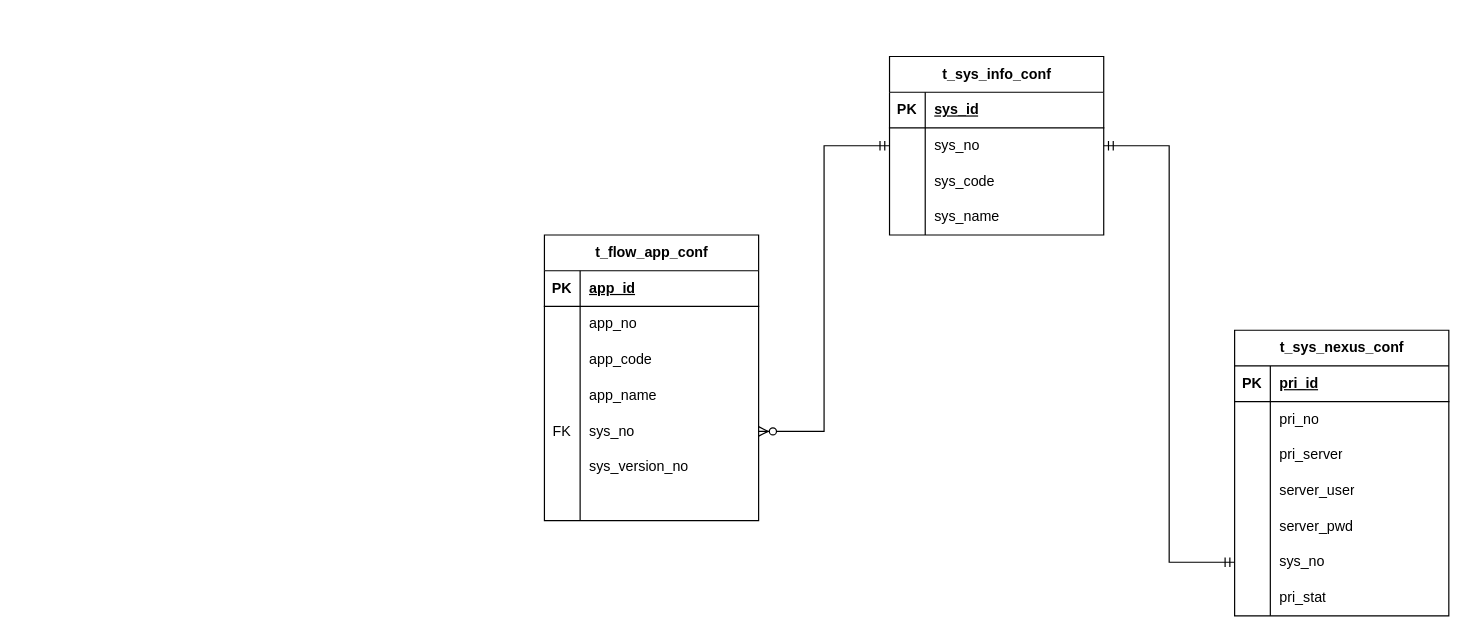
Earlier version of the draw.io diagram 未命名绘图.drawio (deliangc/hellogit). Source tidied: cells renumbered, new cells numbered last; positions are measured from the earlier drawing's top-left corner, leaving out a move shared by most shapes. Both pictures are drawn from the tidied source at 119%, with x=0, y=0 at pixel (544, 56).
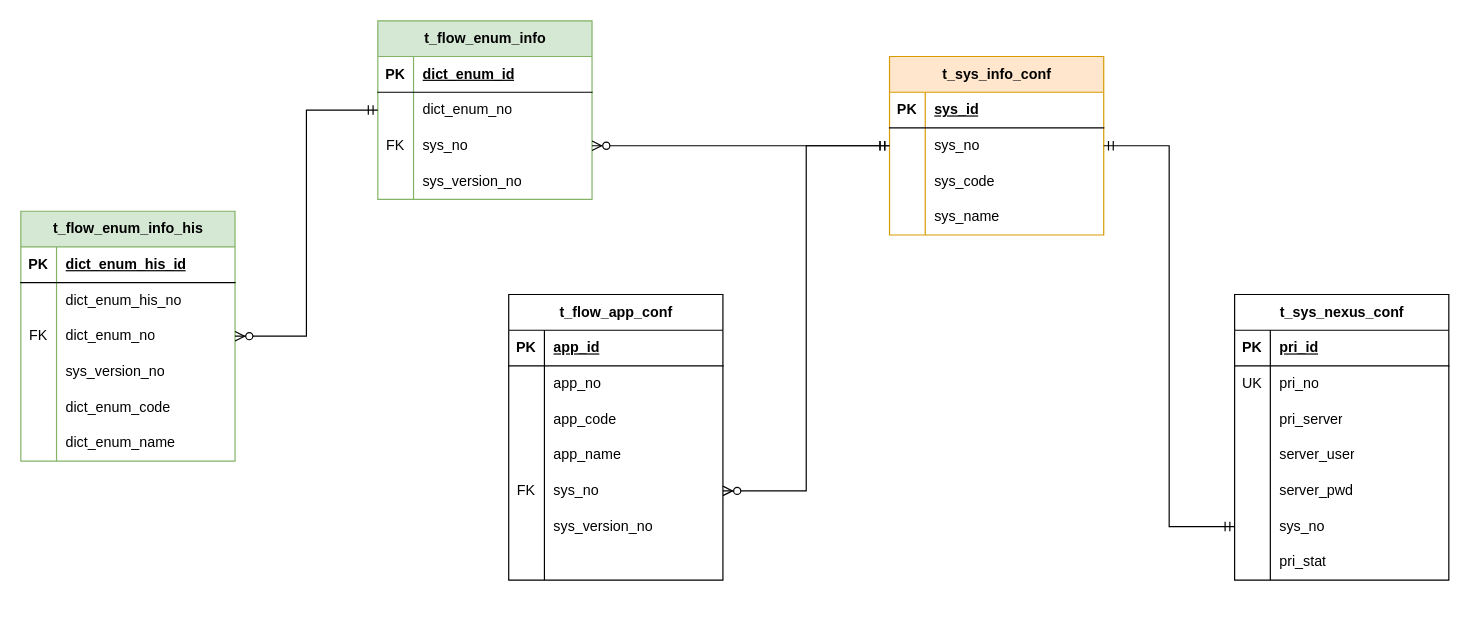
The same diagram, later.

Commit message (it also covers changes not shown here):
更新未命名绘图.drawio

Unchanged cells that the change refers to:
```xml
<mxCell id="28" style="shape=tableRow;horizontal=0;startSize=0;swimlaneHead=0;swimlaneBody=0;fillColor=none;points=[[0,0.5],[1,0.5]];portConstraint=eastwest;top=0;left=0;right=0;bottom=0;" parent="24" vertex="1">
  <mxGeometry y="60" width="180" height="30" as="geometry" />
</mxCell>
<mxCell id="42" style="shape=tableRow;horizontal=0;startSize=0;swimlaneHead=0;swimlaneBody=0;fillColor=none;top=0;left=0;right=0;bottom=0;" parent="38" vertex="1">
  <mxGeometry y="60" width="180" height="30" as="geometry" />
</mxCell>
```

What changed in the source:
```diff
@@
     <mxCell id="2" value="t_flow_app_conf" style="shape=table;startSize=30;childLayout=tableLayout;rowLines=0;fontStyle=1;align=center;html=1;" parent="1" vertex="1">
-      <mxGeometry y="150" width="180" height="240" as="geometry" />
+      <mxGeometry x="-30" y="200" width="180" height="240" as="geometry" />
     </mxCell>
@@
-    <mxCell id="24" value="t_sys_info_conf" style="shape=table;startSize=30;childLayout=tableLayout;rowLines=0;fontStyle=1;align=center;html=1;" parent="1" vertex="1">
+    <mxCell id="24" value="t_sys_info_conf" style="shape=table;startSize=30;childLayout=tableLayout;rowLines=0;fontStyle=1;align=center;html=1;fillColor=#ffe6cc;strokeColor=#d79b00;" parent="1" vertex="1">
       <mxGeometry x="290" width="180" height="150" as="geometry" />
     </mxCell>
@@
     <mxCell id="38" value="t_sys_nexus_conf" style="shape=table;startSize=30;childLayout=tableLayout;rowLines=0;fontStyle=1;align=center;html=1;" parent="1" vertex="1">
-      <mxGeometry x="580" y="230" width="180" height="240" as="geometry" />
+      <mxGeometry x="580" y="200" width="180" height="240" as="geometry" />
     </mxCell>
@@
-    <mxCell id="43" style="shape=partialRectangle;fillColor=none;top=0;left=0;bottom=0;right=0;overflow=hidden;whiteSpace=wrap;html=1;" parent="42" vertex="1">
+    <mxCell id="43" value="UK" style="shape=partialRectangle;fillColor=none;top=0;left=0;bottom=0;right=0;overflow=hidden;whiteSpace=wrap;html=1;" parent="42" vertex="1">
       <mxGeometry width="30" height="30" as="geometry" />
     </mxCell>
@@
+    <mxCell id="61" value="t_flow_enum_info" style="shape=table;startSize=30;childLayout=tableLayout;rowLines=0;fontStyle=1;align=center;html=1;fillColor=#d5e8d4;strokeColor=#82b366;" parent="1" vertex="1">
+      <mxGeometry x="-140" y="-30" width="180" height="150" as="geometry" />
+    </mxCell>
+    <mxCell id="62" style="shape=tableRow;horizontal=0;startSize=0;swimlaneHead=0;swimlaneBody=0;fillColor=none;top=0;left=0;right=0;bottom=1;" parent="61" vertex="1">
+      <mxGeometry y="30" width="180" height="30" as="geometry" />
+    </mxCell>
+    <mxCell id="63" value="PK" style="shape=partialRectangle;fillColor=none;top=0;left=0;bottom=0;right=0;fontStyle=1;overflow=hidden;whiteSpace=wrap;html=1;" parent="62" vertex="1">
+      <mxGeometry width="30" height="30" as="geometry" />
+    </mxCell>
+    <mxCell id="64" value="dict_enum_id" style="shape=partialRectangle;fillColor=none;top=0;left=0;bottom=0;right=0;align=left;spacingLeft=6;fontStyle=5;overflow=hidden;whiteSpace=wrap;html=1;" parent="62" vertex="1">
+      <mxGeometry x="30" width="150" height="30" as="geometry" />
+    </mxCell>
+    <mxCell id="65" style="shape=tableRow;horizontal=0;startSize=0;swimlaneHead=0;swimlaneBody=0;fillColor=none;points=[[0,0.5],[1,0.5]];portConstraint=eastwest;top=0;left=0;right=0;bottom=0;" parent="61" vertex="1">
+      <mxGeometry y="60" width="180" height="30" as="geometry" />
+    </mxCell>
+    <mxCell id="66" style="shape=partialRectangle;fillColor=none;top=0;left=0;bottom=0;right=0;overflow=hidden;whiteSpace=wrap;html=1;" parent="65" vertex="1">
+      <mxGeometry width="30" height="30" as="geometry" />
+    </mxCell>
+    <mxCell id="67" value="dict_enum_no" style="shape=partialRectangle;fillColor=none;top=0;left=0;bottom=0;right=0;align=left;spacingLeft=6;overflow=hidden;whiteSpace=wrap;html=1;" parent="65" vertex="1">
+      <mxGeometry x="30" width="150" height="30" as="geometry" />
+    </mxCell>
+    <mxCell id="68" style="shape=tableRow;horizontal=0;startSize=0;swimlaneHead=0;swimlaneBody=0;fillColor=none;points=[[0,0.5],[1,0.5]];portConstraint=eastwest;top=0;left=0;right=0;bottom=0;" parent="61" vertex="1">
+      <mxGeometry y="90" width="180" height="30" as="geometry" />
+    </mxCell>
+    <mxCell id="69" value="FK" style="shape=partialRectangle;fillColor=none;top=0;left=0;bottom=0;right=0;overflow=hidden;whiteSpace=wrap;html=1;" parent="68" vertex="1">
+      <mxGeometry width="30" height="30" as="geometry" />
+    </mxCell>
+    <mxCell id="70" value="sys_no" style="shape=partialRectangle;fillColor=none;top=0;left=0;bottom=0;right=0;align=left;spacingLeft=6;overflow=hidden;whiteSpace=wrap;html=1;" parent="68" vertex="1">
+      <mxGeometry x="30" width="150" height="30" as="geometry" />
+    </mxCell>
+    <mxCell id="71" style="shape=tableRow;horizontal=0;startSize=0;swimlaneHead=0;swimlaneBody=0;fillColor=none;top=0;left=0;right=0;bottom=0;" parent="61" vertex="1">
+      <mxGeometry y="120" width="180" height="30" as="geometry" />
+    </mxCell>
+    <mxCell id="72" style="shape=partialRectangle;fillColor=none;top=0;left=0;bottom=0;right=0;overflow=hidden;whiteSpace=wrap;html=1;" parent="71" vertex="1">
+      <mxGeometry width="30" height="30" as="geometry" />
+    </mxCell>
+    <mxCell id="73" value="sys_version_no" style="shape=partialRectangle;fillColor=none;top=0;left=0;bottom=0;right=0;align=left;spacingLeft=6;overflow=hidden;whiteSpace=wrap;html=1;" parent="71" vertex="1">
+      <mxGeometry x="30" width="150" height="30" as="geometry" />
+    </mxCell>
+    <mxCell id="74" style="edgeStyle=entityRelationEdgeStyle;fontSize=12;html=1;endArrow=ERzeroToMany;startArrow=ERmandOne;rounded=0;entryX=1;entryY=0.5;entryDx=0;entryDy=0;" parent="1" edge="1" source="28" target="68">
+      <mxGeometry relative="1" as="geometry" />
+    </mxCell>
+    <mxCell id="75" value="t_flow_enum_info_his" style="shape=table;startSize=30;childLayout=tableLayout;rowLines=0;fontStyle=1;align=center;html=1;fillColor=#d5e8d4;strokeColor=#82b366;" parent="1" vertex="1">
+      <mxGeometry x="-440" y="130" width="180" height="210" as="geometry" />
+    </mxCell>
+    <mxCell id="76" style="shape=tableRow;horizontal=0;startSize=0;swimlaneHead=0;swimlaneBody=0;fillColor=none;top=0;left=0;right=0;bottom=1;" parent="75" vertex="1">
+      <mxGeometry y="30" width="180" height="30" as="geometry" />
+    </mxCell>
+    <mxCell id="77" value="PK" style="shape=partialRectangle;fillColor=none;top=0;left=0;bottom=0;right=0;fontStyle=1;overflow=hidden;whiteSpace=wrap;html=1;" parent="76" vertex="1">
+      <mxGeometry width="30" height="30" as="geometry" />
+    </mxCell>
+    <mxCell id="78" value="dict_enum_his_id" style="shape=partialRectangle;fillColor=none;top=0;left=0;bottom=0;right=0;align=left;spacingLeft=6;fontStyle=5;overflow=hidden;whiteSpace=wrap;html=1;" parent="76" vertex="1">
+      <mxGeometry x="30" width="150" height="30" as="geometry" />
+    </mxCell>
+    <mxCell id="79" style="shape=tableRow;horizontal=0;startSize=0;swimlaneHead=0;swimlaneBody=0;fillColor=none;top=0;left=0;right=0;bottom=0;" parent="75" vertex="1">
+      <mxGeometry y="60" width="180" height="30" as="geometry" />
+    </mxCell>
+    <mxCell id="80" style="shape=partialRectangle;fillColor=none;top=0;left=0;bottom=0;right=0;overflow=hidden;whiteSpace=wrap;html=1;" parent="79" vertex="1">
+      <mxGeometry width="30" height="30" as="geometry" />
+    </mxCell>
+    <mxCell id="81" value="dict_enum_his_no" style="shape=partialRectangle;fillColor=none;top=0;left=0;bottom=0;right=0;align=left;spacingLeft=6;overflow=hidden;whiteSpace=wrap;html=1;" parent="79" vertex="1">
+      <mxGeometry x="30" width="150" height="30" as="geometry" />
+    </mxCell>
+    <mxCell id="82" style="shape=tableRow;horizontal=0;startSize=0;swimlaneHead=0;swimlaneBody=0;fillColor=none;points=[[0,0.5],[1,0.5]];portConstraint=eastwest;top=0;left=0;right=0;bottom=0;" parent="75" vertex="1">
+      <mxGeometry y="90" width="180" height="30" as="geometry" />
+    </mxCell>
+    <mxCell id="83" value="FK" style="shape=partialRectangle;fillColor=none;top=0;left=0;bottom=0;right=0;overflow=hidden;whiteSpace=wrap;html=1;" parent="82" vertex="1">
+      <mxGeometry width="30" height="30" as="geometry" />
+    </mxCell>
+    <mxCell id="84" value="dict_enum_no" style="shape=partialRectangle;fillColor=none;top=0;left=0;bottom=0;right=0;align=left;spacingLeft=6;overflow=hidden;whiteSpace=wrap;html=1;" parent="82" vertex="1">
+      <mxGeometry x="30" width="150" height="30" as="geometry" />
+    </mxCell>
+    <mxCell id="85" style="shape=tableRow;horizontal=0;startSize=0;swimlaneHead=0;swimlaneBody=0;fillColor=none;top=0;left=0;right=0;bottom=0;" parent="75" vertex="1">
+      <mxGeometry y="120" width="180" height="30" as="geometry" />
+    </mxCell>
+    <mxCell id="86" style="shape=partialRectangle;fillColor=none;top=0;left=0;bottom=0;right=0;overflow=hidden;whiteSpace=wrap;html=1;" parent="85" vertex="1">
+      <mxGeometry width="30" height="30" as="geometry" />
+    </mxCell>
+    <mxCell id="87" value="sys_version_no" style="shape=partialRectangle;fillColor=none;top=0;left=0;bottom=0;right=0;align=left;spacingLeft=6;overflow=hidden;whiteSpace=wrap;html=1;" parent="85" vertex="1">
+      <mxGeometry x="30" width="150" height="30" as="geometry" />
+    </mxCell>
+    <mxCell id="88" style="shape=tableRow;horizontal=0;startSize=0;swimlaneHead=0;swimlaneBody=0;fillColor=none;top=0;left=0;right=0;bottom=0;" parent="75" vertex="1">
+      <mxGeometry y="150" width="180" height="30" as="geometry" />
+    </mxCell>
+    <mxCell id="89" style="shape=partialRectangle;fillColor=none;top=0;left=0;bottom=0;right=0;overflow=hidden;whiteSpace=wrap;html=1;" parent="88" vertex="1">
+      <mxGeometry width="30" height="30" as="geometry" />
+    </mxCell>
+    <mxCell id="90" value="dict_enum_code" style="shape=partialRectangle;fillColor=none;top=0;left=0;bottom=0;right=0;align=left;spacingLeft=6;overflow=hidden;whiteSpace=wrap;html=1;" parent="88" vertex="1">
+      <mxGeometry x="30" width="150" height="30" as="geometry" />
+    </mxCell>
+    <mxCell id="91" style="shape=tableRow;horizontal=0;startSize=0;swimlaneHead=0;swimlaneBody=0;fillColor=none;top=0;left=0;right=0;bottom=0;" parent="75" vertex="1">
+      <mxGeometry y="180" width="180" height="30" as="geometry" />
+    </mxCell>
+    <mxCell id="92" style="shape=partialRectangle;fillColor=none;top=0;left=0;bottom=0;right=0;overflow=hidden;whiteSpace=wrap;html=1;" parent="91" vertex="1">
+      <mxGeometry width="30" height="30" as="geometry" />
+    </mxCell>
+    <mxCell id="93" value="dict_enum_name" style="shape=partialRectangle;fillColor=none;top=0;left=0;bottom=0;right=0;align=left;spacingLeft=6;overflow=hidden;whiteSpace=wrap;html=1;" parent="91" vertex="1">
+      <mxGeometry x="30" width="150" height="30" as="geometry" />
+    </mxCell>
+    <mxCell id="94" style="edgeStyle=orthogonalEdgeStyle;fontSize=12;html=1;endArrow=ERzeroToMany;startArrow=ERmandOne;rounded=0;exitX=0;exitY=0.5;exitDx=0;exitDy=0;" parent="1" edge="1" source="65" target="82">
+      <mxGeometry relative="1" as="geometry" />
+    </mxCell>
```
